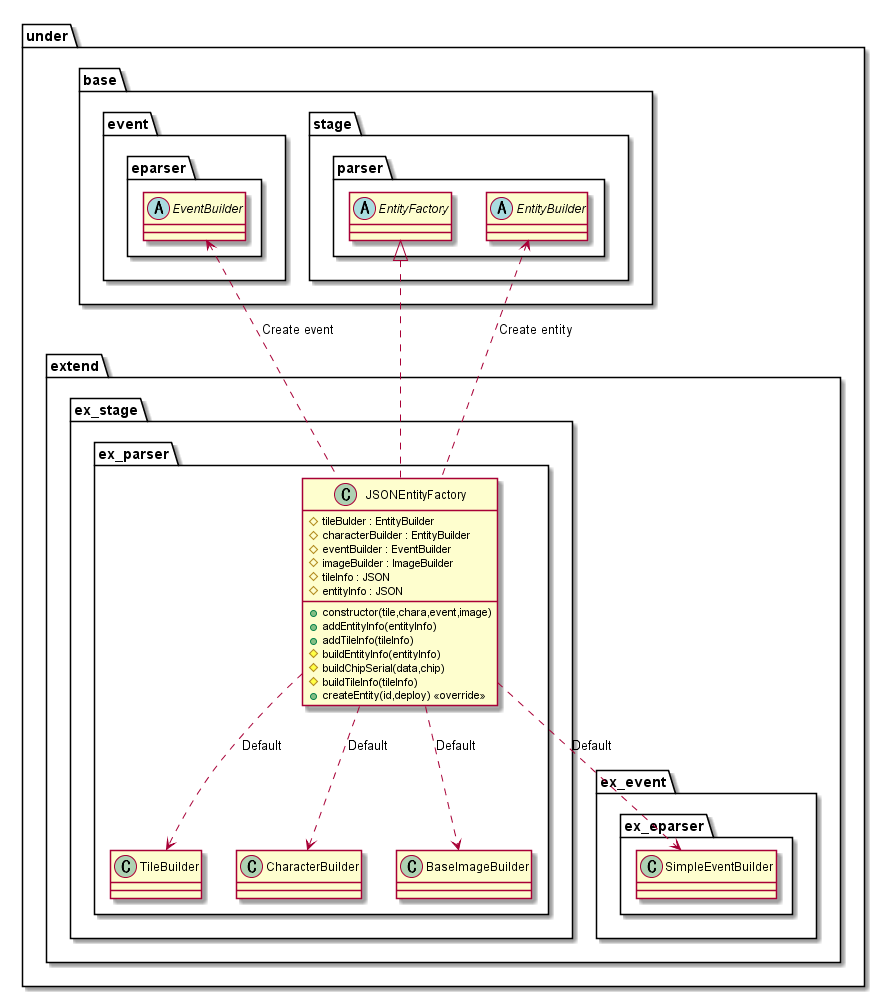
Before: out/uml/parser/Factory/ParserFactory.png, a diagram exported from PlantUML (Expine/Under).
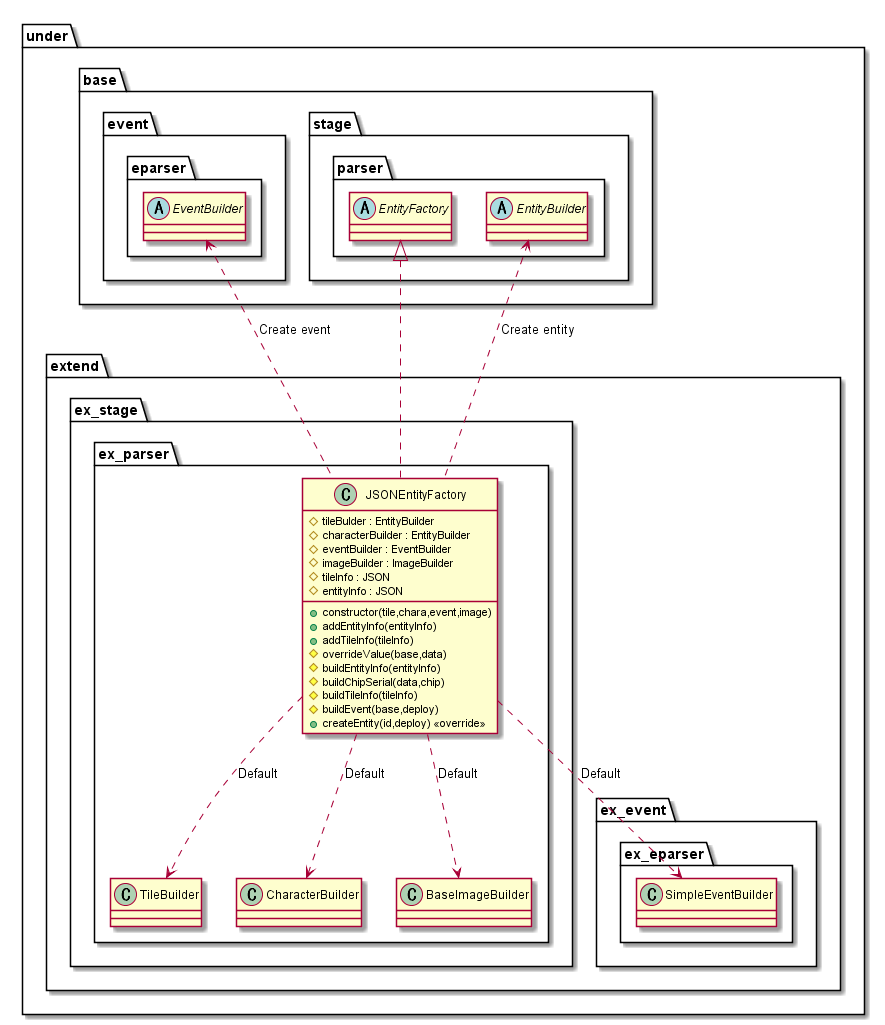
After the commit.

What changed in the source:
```diff
@@ -14,9 +14,11 @@
                     #entityInfo : JSON
                     +addEntityInfo(entityInfo)
                     +addTileInfo(tileInfo)
+                    #overrideValue(base,data)
                     #buildEntityInfo(entityInfo)
                     #buildChipSerial(data,chip)
                     #buildTileInfo(tileInfo)
+                    #buildEvent(base,deploy)
                     +createEntity(id,deploy) <<override>>
                 }
             }
```
